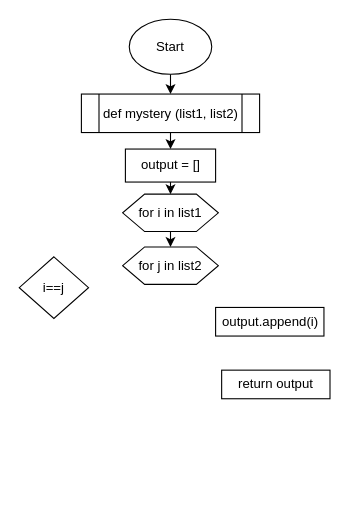
zelaneroz/unit-3 keeps this draw.io diagram as Quizzes/Untitled Diagram.drawio. Above is the earlier version. Source tidied: cells renumbered, new cells numbered last; positions are measured from the earlier drawing's top-left corner, leaving out a move shared by most shapes. Both pictures are drawn from the tidied source at 110%, with x=0, y=0 at pixel (19, 19).
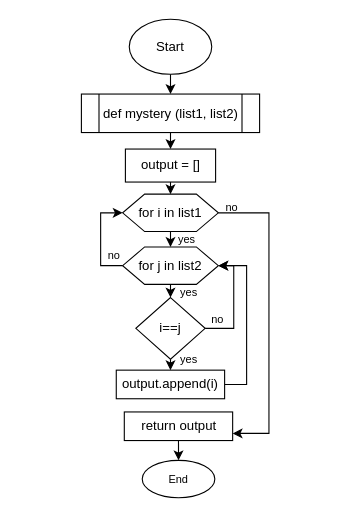
After the change.

Unchanged cells that the change refers to:
```xml
<mxCell id="9" value="for i in list1" style="shape=hexagon;perimeter=hexagonPerimeter2;whiteSpace=wrap;html=1;fixedSize=1;" parent="1" vertex="1">
  <mxGeometry x="94" y="159" width="87" height="34" as="geometry" />
</mxCell>
<mxCell id="11" value="for j in list2" style="shape=hexagon;perimeter=hexagonPerimeter2;whiteSpace=wrap;html=1;fixedSize=1;" parent="1" vertex="1">
  <mxGeometry x="94" y="207" width="87" height="34" as="geometry" />
</mxCell>
```

What changed in the source:
```diff
@@
+    <mxCell id="14" style="edgeStyle=orthogonalEdgeStyle;rounded=0;jettySize=auto;html=1;exitX=1;exitY=0.5;exitDx=0;exitDy=0;fontSize=10;entryX=1;entryY=0.75;entryDx=0;entryDy=0;" parent="1" edge="1" source="9" target="13">
+      <mxGeometry relative="1" as="geometry">
+        <Array as="points">
+          <mxPoint x="227" y="176" />
+          <mxPoint x="227" y="377" />
+        </Array>
+      </mxGeometry>
+    </mxCell>
@@
+    <mxCell id="15" style="edgeStyle=orthogonalEdgeStyle;rounded=0;jettySize=auto;html=1;exitX=0.5;exitY=1;exitDx=0;exitDy=0;entryX=0.5;entryY=0;entryDx=0;entryDy=0;" parent="1" edge="1" source="10" target="12">
+      <mxGeometry relative="1" as="geometry" />
+    </mxCell>
+    <mxCell id="16" style="edgeStyle=orthogonalEdgeStyle;rounded=0;jettySize=auto;html=1;exitX=1;exitY=0.5;exitDx=0;exitDy=0;entryX=1;entryY=0.5;entryDx=0;entryDy=0;fontSize=10;" parent="1" edge="1" source="10" target="11">
+      <mxGeometry relative="1" as="geometry">
+        <Array as="points">
+          <mxPoint x="195" y="281" />
+          <mxPoint x="195" y="224" />
+        </Array>
+      </mxGeometry>
+    </mxCell>
     <mxCell id="10" value="i==j" style="rhombus;whiteSpace=wrap;html=1;" parent="1" vertex="1">
-      <mxGeometry y="216" width="63" height="56" as="geometry" />
+      <mxGeometry x="106" y="253" width="63" height="56" as="geometry" />
     </mxCell>
+    <mxCell id="17" style="edgeStyle=orthogonalEdgeStyle;rounded=0;jettySize=auto;html=1;exitX=0.5;exitY=1;exitDx=0;exitDy=0;entryX=0.5;entryY=0;entryDx=0;entryDy=0;" parent="1" edge="1" source="11" target="10">
+      <mxGeometry relative="1" as="geometry" />
+    </mxCell>
+    <mxCell id="18" style="edgeStyle=orthogonalEdgeStyle;rounded=0;jettySize=auto;html=1;exitX=0;exitY=0.5;exitDx=0;exitDy=0;entryX=0;entryY=0.5;entryDx=0;entryDy=0;fontSize=10;" parent="1" edge="1" source="11" target="9">
+      <mxGeometry relative="1" as="geometry" />
+    </mxCell>
@@
+    <mxCell id="19" style="edgeStyle=orthogonalEdgeStyle;rounded=0;jettySize=auto;html=1;exitX=1;exitY=0.5;exitDx=0;exitDy=0;entryX=1;entryY=0.5;entryDx=0;entryDy=0;" parent="1" edge="1" source="12" target="11">
+      <mxGeometry relative="1" as="geometry" />
+    </mxCell>
     <mxCell id="12" value="output.append(i)" style="rounded=0;whiteSpace=wrap;html=1;" parent="1" vertex="1">
-      <mxGeometry x="178.5" y="262" width="98.5" height="26" as="geometry" />
+      <mxGeometry x="88.2" y="319" width="98.5" height="26" as="geometry" />
     </mxCell>
+    <mxCell id="20" style="edgeStyle=orthogonalEdgeStyle;rounded=0;jettySize=auto;html=1;exitX=0.5;exitY=1;exitDx=0;exitDy=0;entryX=0.5;entryY=0;entryDx=0;entryDy=0;fontSize=10;" parent="1" edge="1" source="13" target="27">
+      <mxGeometry relative="1" as="geometry" />
+    </mxCell>
     <mxCell id="13" value="return output" style="rounded=0;whiteSpace=wrap;html=1;" parent="1" vertex="1">
-      <mxGeometry x="184" y="319" width="98.5" height="26" as="geometry" />
+      <mxGeometry x="95.5" y="357" width="98.5" height="26" as="geometry" />
     </mxCell>
+    <mxCell id="21" value="&lt;font style=&quot;font-size: 10px;&quot;&gt;yes&lt;/font&gt;" style="text;html=1;align=center;verticalAlign=middle;strokeColor=none;fillColor=none;" parent="1" vertex="1">
+      <mxGeometry x="137" y="296" width="34" height="26" as="geometry" />
+    </mxCell>
+    <mxCell id="22" value="&lt;font style=&quot;font-size: 10px;&quot;&gt;yes&lt;/font&gt;" style="text;html=1;align=center;verticalAlign=middle;strokeColor=none;fillColor=none;" parent="1" vertex="1">
+      <mxGeometry x="137" y="235" width="34" height="26" as="geometry" />
+    </mxCell>
+    <mxCell id="23" value="yes" style="text;html=1;align=center;verticalAlign=middle;strokeColor=none;fillColor=none;fontSize=10;" parent="1" vertex="1">
+      <mxGeometry x="135" y="188" width="34" height="24" as="geometry" />
+    </mxCell>
+    <mxCell id="24" value="no" style="text;html=1;align=center;verticalAlign=middle;strokeColor=none;fillColor=none;fontSize=10;" parent="1" vertex="1">
+      <mxGeometry x="165" y="261" width="29" height="24" as="geometry" />
+    </mxCell>
+    <mxCell id="25" value="no" style="text;html=1;align=center;verticalAlign=middle;strokeColor=none;fillColor=none;fontSize=10;" parent="1" vertex="1">
+      <mxGeometry x="71" y="202" width="29" height="24" as="geometry" />
+    </mxCell>
+    <mxCell id="26" value="no" style="text;html=1;align=center;verticalAlign=middle;strokeColor=none;fillColor=none;fontSize=10;" parent="1" vertex="1">
+      <mxGeometry x="178.5" y="159" width="29" height="24" as="geometry" />
+    </mxCell>
+    <mxCell id="27" value="End" style="ellipse;whiteSpace=wrap;html=1;fontSize=10;" parent="1" vertex="1">
+      <mxGeometry x="111.8" y="401" width="66" height="34" as="geometry" />
+    </mxCell>
```
